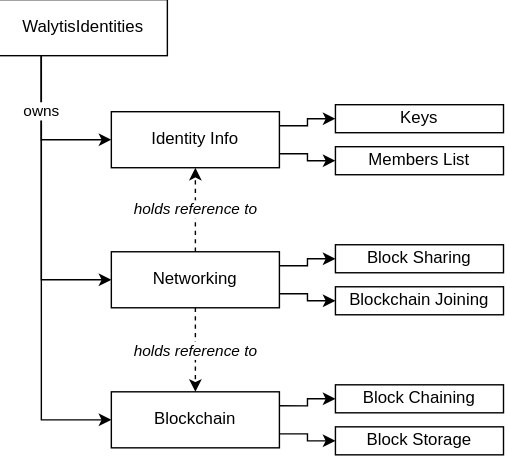
Before: Documentation/WalytisIdentities/2-HowItWorks/NetworkingArchitecture.drawio.svg, a diagram exported from draw.io (emendir/WalytisTechnologies). Source tidied: cells renumbered, new cells last; positions are measured from the earlier drawing's top-left corner, leaving out a move shared by most shapes. The source it was exported from:
```xml
<mxGraphModel>
  <root>
    <mxCell id="0" />
    <mxCell id="1" parent="0" />
    <mxCell id="2" style="edgeStyle=orthogonalEdgeStyle;rounded=0;jettySize=auto;html=1;exitX=0.25;exitY=1;exitDx=0;exitDy=0;entryX=0;entryY=0.5;entryDx=0;entryDy=0;" parent="1" edge="1" source="4" target="11">
      <mxGeometry relative="1" as="geometry" />
    </mxCell>
    <mxCell id="3" style="edgeStyle=orthogonalEdgeStyle;rounded=0;jettySize=auto;html=1;exitX=0.25;exitY=1;exitDx=0;exitDy=0;entryX=0;entryY=0.5;entryDx=0;entryDy=0;" parent="1" edge="1" source="4" target="15">
      <mxGeometry relative="1" as="geometry" />
    </mxCell>
    <mxCell id="4" value="WalytisIdentities" style="rounded=0;whiteSpace=wrap;html=1;" parent="1" vertex="1">
      <mxGeometry width="120" height="40" as="geometry" />
    </mxCell>
    <mxCell id="5" style="edgeStyle=orthogonalEdgeStyle;rounded=0;jettySize=auto;html=1;exitX=1;exitY=0.25;exitDx=0;exitDy=0;" parent="1" edge="1" source="7" target="21">
      <mxGeometry relative="1" as="geometry" />
    </mxCell>
    <mxCell id="6" style="edgeStyle=orthogonalEdgeStyle;rounded=0;jettySize=auto;html=1;exitX=1;exitY=0.75;exitDx=0;exitDy=0;" parent="1" edge="1" source="7" target="22">
      <mxGeometry relative="1" as="geometry" />
    </mxCell>
    <mxCell id="7" value="Identity Info" style="rounded=0;whiteSpace=wrap;html=1;" parent="1" vertex="1">
      <mxGeometry x="80" y="80" width="120" height="40" as="geometry" />
    </mxCell>
    <mxCell id="8" value="&lt;i&gt;holds reference to&lt;/i&gt;" style="edgeStyle=orthogonalEdgeStyle;rounded=0;jettySize=auto;html=1;exitX=0.5;exitY=0;exitDx=0;exitDy=0;dashed=1;" parent="1" edge="1" source="11" target="7">
      <mxGeometry relative="1" as="geometry" />
    </mxCell>
    <mxCell id="9" style="edgeStyle=orthogonalEdgeStyle;rounded=0;jettySize=auto;html=1;exitX=1;exitY=0.25;exitDx=0;exitDy=0;" parent="1" edge="1" source="11" target="17">
      <mxGeometry relative="1" as="geometry" />
    </mxCell>
    <mxCell id="10" style="edgeStyle=orthogonalEdgeStyle;rounded=0;jettySize=auto;html=1;exitX=1;exitY=0.75;exitDx=0;exitDy=0;entryX=0;entryY=0.5;entryDx=0;entryDy=0;" parent="1" edge="1" source="11" target="18">
      <mxGeometry relative="1" as="geometry" />
    </mxCell>
    <mxCell id="11" value="Networking" style="rounded=0;whiteSpace=wrap;html=1;" parent="1" vertex="1">
      <mxGeometry x="80" y="180" width="120" height="40" as="geometry" />
    </mxCell>
    <mxCell id="12" value="&lt;i&gt;holds reference to&lt;/i&gt;" style="edgeStyle=orthogonalEdgeStyle;rounded=0;jettySize=auto;html=1;entryX=0.5;entryY=0;entryDx=0;entryDy=0;dashed=1;exitX=0.5;exitY=1;exitDx=0;exitDy=0;" parent="1" edge="1" source="11" target="15">
      <mxGeometry relative="1" as="geometry" />
    </mxCell>
    <mxCell id="13" style="edgeStyle=orthogonalEdgeStyle;rounded=0;jettySize=auto;html=1;exitX=1;exitY=0.25;exitDx=0;exitDy=0;" parent="1" edge="1" source="15" target="19">
      <mxGeometry relative="1" as="geometry" />
    </mxCell>
    <mxCell id="14" style="edgeStyle=orthogonalEdgeStyle;rounded=0;jettySize=auto;html=1;exitX=1;exitY=0.75;exitDx=0;exitDy=0;entryX=0;entryY=0.5;entryDx=0;entryDy=0;" parent="1" edge="1" source="15" target="20">
      <mxGeometry relative="1" as="geometry" />
    </mxCell>
    <mxCell id="15" value="Blockchain" style="rounded=0;whiteSpace=wrap;html=1;" parent="1" vertex="1">
      <mxGeometry x="80" y="280" width="120" height="40" as="geometry" />
    </mxCell>
    <mxCell id="16" value="owns" style="edgeStyle=orthogonalEdgeStyle;rounded=0;jettySize=auto;html=1;exitX=0.25;exitY=1;exitDx=0;exitDy=0;entryX=0;entryY=0.5;entryDx=0;entryDy=0;" parent="1" edge="1" source="4" target="7">
      <mxGeometry x="-0.27" relative="1" as="geometry" />
    </mxCell>
    <mxCell id="17" value="Block Sharing" style="rounded=0;whiteSpace=wrap;html=1;" parent="1" vertex="1">
      <mxGeometry x="240" y="175" width="120" height="20" as="geometry" />
    </mxCell>
    <mxCell id="18" value="Blockchain Joining" style="rounded=0;whiteSpace=wrap;html=1;" parent="1" vertex="1">
      <mxGeometry x="240" y="205" width="120" height="20" as="geometry" />
    </mxCell>
    <mxCell id="19" value="Block Chaining" style="rounded=0;whiteSpace=wrap;html=1;" parent="1" vertex="1">
      <mxGeometry x="240" y="275" width="120" height="20" as="geometry" />
    </mxCell>
    <mxCell id="20" value="Block Storage" style="rounded=0;whiteSpace=wrap;html=1;" parent="1" vertex="1">
      <mxGeometry x="240" y="305" width="120" height="20" as="geometry" />
    </mxCell>
    <mxCell id="21" value="Keys" style="rounded=0;whiteSpace=wrap;html=1;" parent="1" vertex="1">
      <mxGeometry x="240" y="75" width="120" height="20" as="geometry" />
    </mxCell>
    <mxCell id="22" value="Members List" style="rounded=0;whiteSpace=wrap;html=1;" parent="1" vertex="1">
      <mxGeometry x="240" y="105" width="120" height="20" as="geometry" />
    </mxCell>
  </root>
</mxGraphModel>
```
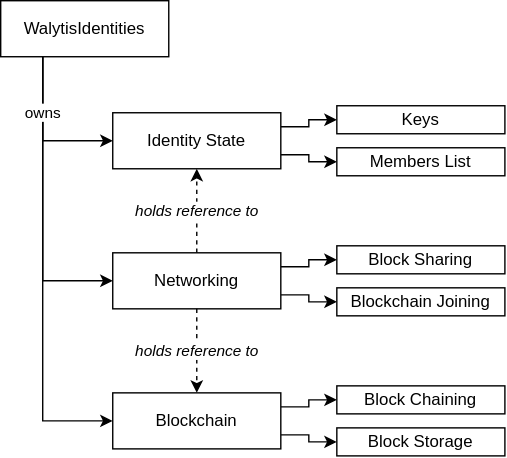
After the commit.

What changed in the source:
```diff
@@ -17,7 +17,7 @@
     <mxCell id="6" style="edgeStyle=orthogonalEdgeStyle;rounded=0;jettySize=auto;html=1;exitX=1;exitY=0.75;exitDx=0;exitDy=0;" parent="1" edge="1" source="7" target="22">
       <mxGeometry relative="1" as="geometry" />
     </mxCell>
-    <mxCell id="7" value="Identity Info" style="rounded=0;whiteSpace=wrap;html=1;" parent="1" vertex="1">
+    <mxCell id="7" value="Identity State" style="rounded=0;whiteSpace=wrap;html=1;" parent="1" vertex="1">
       <mxGeometry x="80" y="80" width="120" height="40" as="geometry" />
     </mxCell>
     <mxCell id="8" value="&lt;i&gt;holds reference to&lt;/i&gt;" style="edgeStyle=orthogonalEdgeStyle;rounded=0;jettySize=auto;html=1;exitX=0.5;exitY=0;exitDx=0;exitDy=0;dashed=1;" parent="1" edge="1" source="11" target="7">
```
